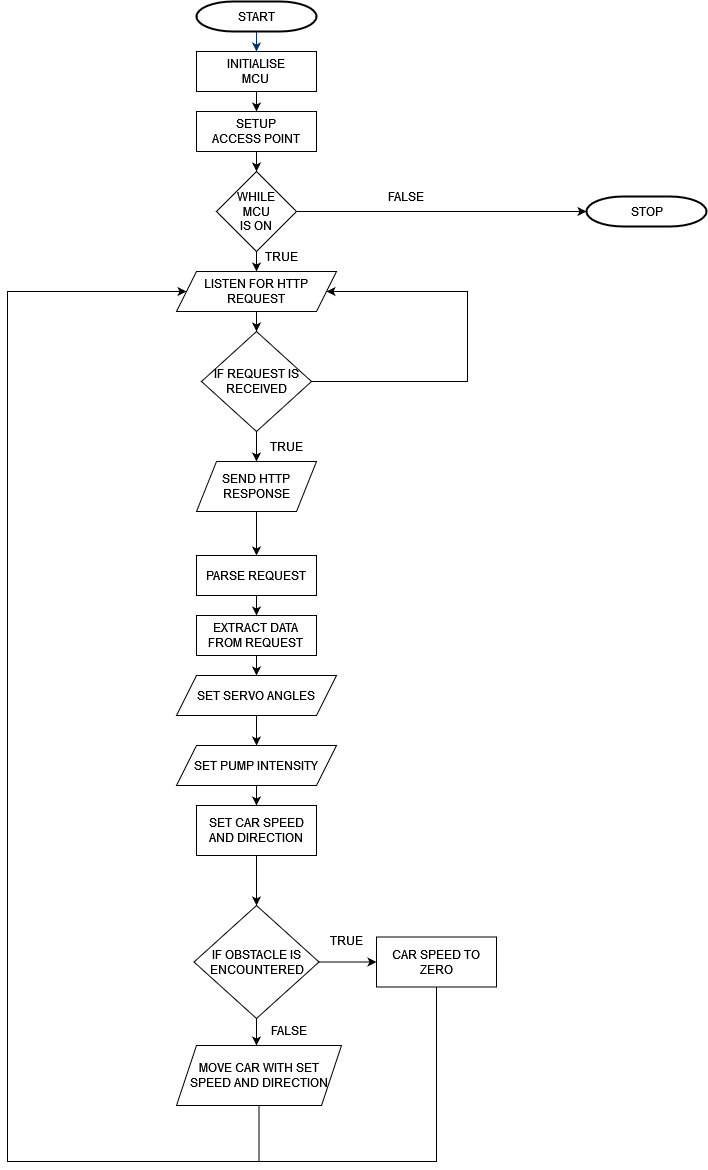
nahiim/nahiim keeps this draw.io diagram as MCU.png. Above is the earlier version. Source tidied: cells renumbered, new cells last; positions are measured from the earlier drawing's top-left corner, leaving out a move shared by most shapes.
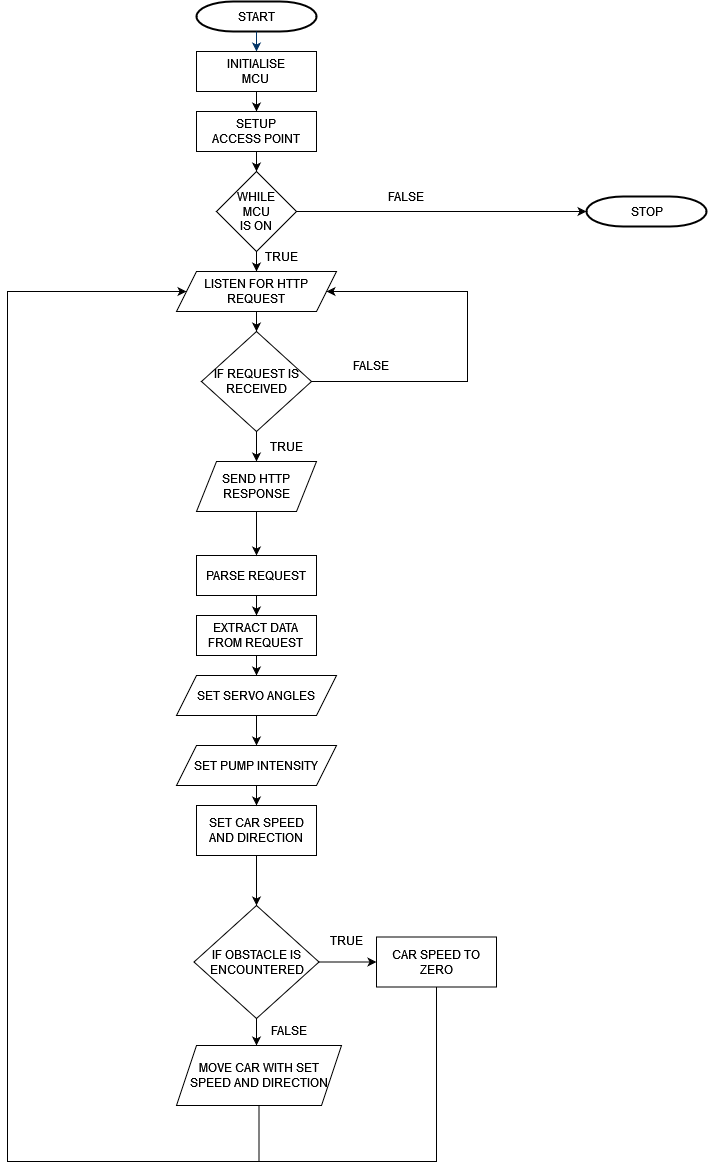
The same file after the commit.

What changed in the source:
```diff
@@ -146,5 +146,8 @@
     <mxCell id="42" value="TRUE" style="text;html=1;strokeColor=none;fillColor=none;align=center;verticalAlign=middle;whiteSpace=wrap;rounded=0;" parent="1" vertex="1">
       <mxGeometry x="249" y="430" width="60" height="30" as="geometry" />
     </mxCell>
+    <mxCell id="43" value="FALSE" style="text;html=1;strokeColor=none;fillColor=none;align=center;verticalAlign=middle;whiteSpace=wrap;rounded=0;" parent="1" vertex="1">
+      <mxGeometry x="334" y="349" width="60" height="30" as="geometry" />
+    </mxCell>
   </root>
 </mxGraphModel>
```
